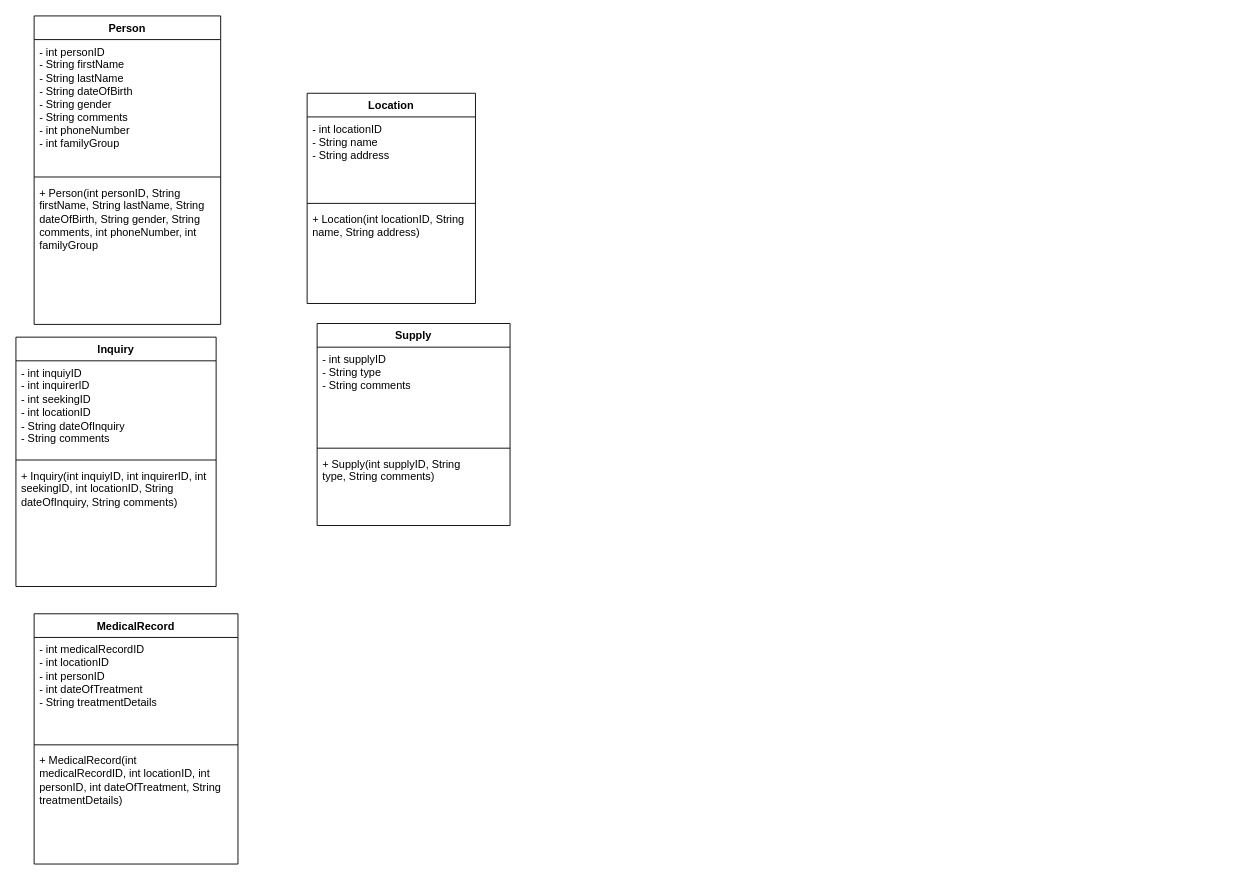
Earlier version of the draw.io diagram Untitled Diagram.drawio (aditi-j25/Disaster_Relief_Management_System). Source tidied: cells renumbered, new cells numbered last; positions are measured from the earlier drawing's top-left corner, leaving out a move shared by most shapes. Both pictures are drawn from the tidied source at 91%, with x=0, y=0 at pixel (15, 15).
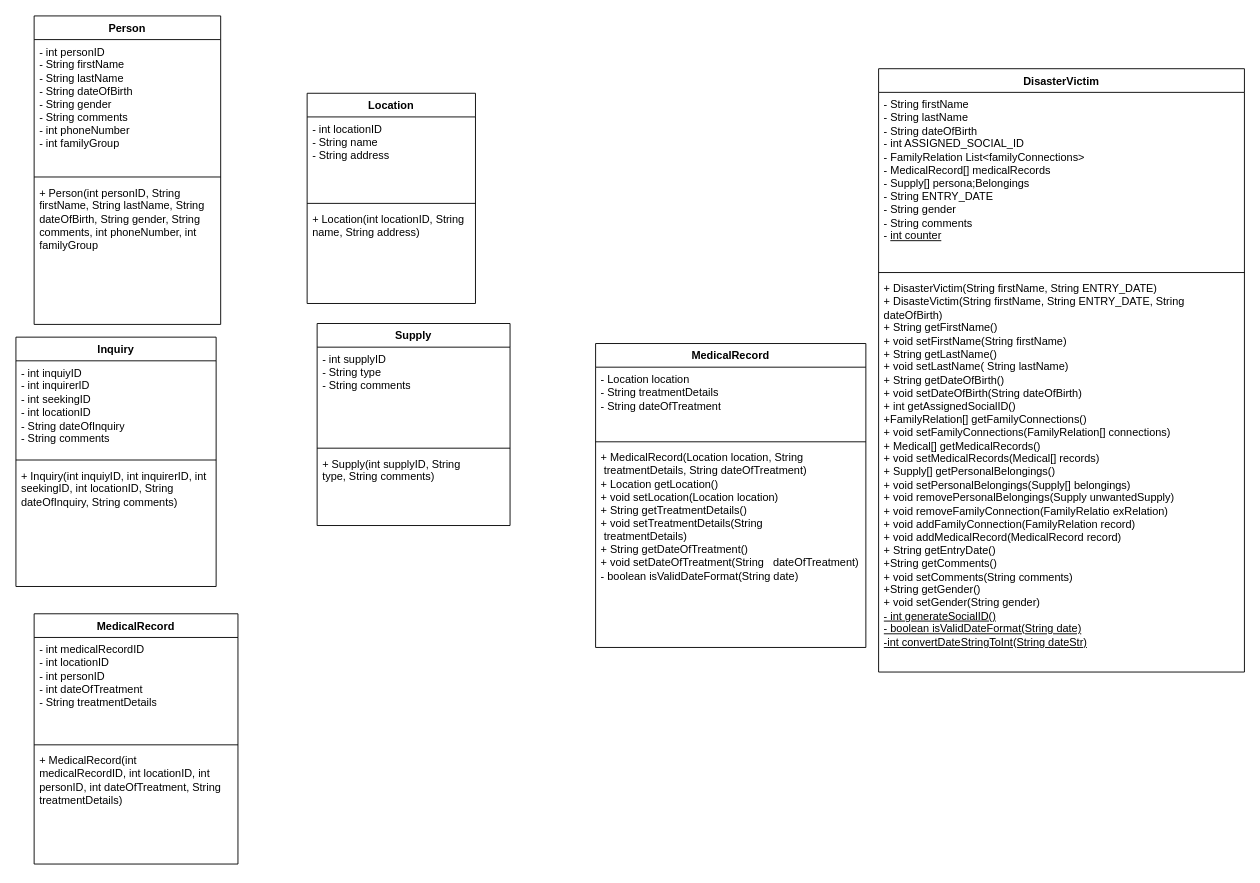
The same diagram, later.

The edit, as a diff of the source:
```diff
@@
+    <mxCell id="22" value="MedicalRecord" style="swimlane;fontStyle=1;align=center;verticalAlign=top;horizontal=1;startSize=26;whiteSpace=wrap;html=1;" parent="1" vertex="1">
+      <mxGeometry x="637" y="360" width="297" height="334" as="geometry" />
+    </mxCell>
+    <mxCell id="23" value="- Location location&amp;nbsp;&lt;div&gt;- String treatmentDetails&lt;/div&gt;&lt;div&gt;- String dateOfTreatment&lt;/div&gt;" style="text;strokeColor=none;fillColor=none;align=left;verticalAlign=top;spacingLeft=4;spacingRight=4;overflow=hidden;whiteSpace=wrap;html=1;" parent="22" vertex="1">
+      <mxGeometry y="26" width="297" height="78" as="geometry" />
+    </mxCell>
+    <mxCell id="24" style="line;strokeWidth=1;fillColor=none;align=left;verticalAlign=middle;spacingTop=-1;spacingLeft=3;spacingRight=3;labelPosition=right;strokeColor=inherit;" parent="22" vertex="1">
+      <mxGeometry y="104" width="297" height="8" as="geometry" />
+    </mxCell>
+    <mxCell id="25" value="+ MedicalRecord(Location location,&amp;nbsp;&lt;span style=&quot;background-color: transparent; color: light-dark(rgb(0, 0, 0), rgb(255, 255, 255));&quot;&gt;String&amp;nbsp; &amp;nbsp; &amp;nbsp;treatmentDetails,&amp;nbsp;&lt;/span&gt;&lt;span style=&quot;background-color: transparent; color: light-dark(rgb(0, 0, 0), rgb(255, 255, 255));&quot;&gt;String dateOfTreatment)&lt;/span&gt;&lt;div&gt;&lt;span style=&quot;background-color: transparent; color: light-dark(rgb(0, 0, 0), rgb(255, 255, 255));&quot;&gt;+ Location getLocation()&lt;/span&gt;&lt;/div&gt;&lt;div&gt;&lt;span style=&quot;background-color: transparent; color: light-dark(rgb(0, 0, 0), rgb(255, 255, 255));&quot;&gt;+ void setLocation(Location location)&lt;/span&gt;&lt;/div&gt;&lt;div&gt;&lt;span style=&quot;background-color: transparent; color: light-dark(rgb(0, 0, 0), rgb(255, 255, 255));&quot;&gt;+ String getT&lt;/span&gt;&lt;span style=&quot;background-color: transparent; color: light-dark(rgb(0, 0, 0), rgb(255, 255, 255));&quot;&gt;reatmentDetails()&lt;/span&gt;&lt;/div&gt;&lt;div&gt;&lt;span style=&quot;background-color: transparent; color: light-dark(rgb(0, 0, 0), rgb(255, 255, 255));&quot;&gt;+&amp;nbsp;&lt;/span&gt;&lt;span style=&quot;background-color: transparent; color: light-dark(rgb(0, 0, 0), rgb(255, 255, 255));&quot;&gt;void setT&lt;/span&gt;&lt;span style=&quot;background-color: transparent; color: light-dark(rgb(0, 0, 0), rgb(255, 255, 255));&quot;&gt;reatmentDetails(&lt;/span&gt;&lt;span style=&quot;background-color: transparent; color: light-dark(rgb(0, 0, 0), rgb(255, 255, 255));&quot;&gt;String&amp;nbsp; &amp;nbsp; &amp;nbsp; &amp;nbsp; &amp;nbsp;treatmentDetails)&lt;/span&gt;&lt;/div&gt;&lt;div&gt;&lt;span style=&quot;background-color: transparent; color: light-dark(rgb(0, 0, 0), rgb(255, 255, 255));&quot;&gt;+&lt;/span&gt;&lt;span style=&quot;background-color: transparent; color: light-dark(rgb(0, 0, 0), rgb(255, 255, 255));&quot;&gt;&amp;nbsp;String getDateOfTreatment()&lt;/span&gt;&lt;/div&gt;&lt;div&gt;&lt;span style=&quot;background-color: transparent; color: light-dark(rgb(0, 0, 0), rgb(255, 255, 255));&quot;&gt;+ void setD&lt;/span&gt;&lt;span style=&quot;background-color: transparent; color: light-dark(rgb(0, 0, 0), rgb(255, 255, 255));&quot;&gt;ateOfTreatment(&lt;/span&gt;&lt;span style=&quot;background-color: transparent; color: light-dark(rgb(0, 0, 0), rgb(255, 255, 255));&quot;&gt;String&amp;nbsp; &amp;nbsp;dateOfTreatment)&lt;/span&gt;&lt;/div&gt;&lt;div&gt;&lt;span style=&quot;background-color: transparent; color: light-dark(rgb(0, 0, 0), rgb(255, 255, 255));&quot;&gt;- boolean isValidDateFormat(String date)&lt;/span&gt;&lt;/div&gt;" style="text;strokeColor=none;fillColor=none;align=left;verticalAlign=top;spacingLeft=4;spacingRight=4;overflow=hidden;whiteSpace=wrap;html=1;" parent="22" vertex="1">
+      <mxGeometry y="112" width="297" height="222" as="geometry" />
+    </mxCell>
+    <mxCell id="26" value="DisasterVictim" style="swimlane;fontStyle=1;align=center;verticalAlign=top;horizontal=1;startSize=26;whiteSpace=wrap;html=1;" parent="1" vertex="1">
+      <mxGeometry x="948" y="58" width="402" height="663" as="geometry" />
+    </mxCell>
+    <mxCell id="27" value="- String firstName&lt;div&gt;- String lastName&amp;nbsp;&lt;/div&gt;&lt;div&gt;- String dateOfBirth&amp;nbsp;&lt;/div&gt;&lt;div&gt;- int ASSIGNED_SOCIAL_ID&lt;/div&gt;&lt;div&gt;- FamilyRelation List&amp;lt;familyConnections&amp;gt;&lt;/div&gt;&lt;div&gt;- MedicalRecord[] medicalRecords&lt;/div&gt;&lt;div&gt;- Supply[] persona;Belongings&lt;/div&gt;&lt;div&gt;- String ENTRY_DATE&lt;/div&gt;&lt;div&gt;- String gender&lt;/div&gt;&lt;div&gt;- String comments&lt;/div&gt;&lt;div&gt;- &lt;u&gt;int counter&lt;/u&gt;&lt;/div&gt;" style="text;strokeColor=none;fillColor=none;align=left;verticalAlign=top;spacingLeft=4;spacingRight=4;overflow=hidden;whiteSpace=wrap;html=1;" parent="26" vertex="1">
+      <mxGeometry y="26" width="402" height="194" as="geometry" />
+    </mxCell>
+    <mxCell id="28" style="line;strokeWidth=1;fillColor=none;align=left;verticalAlign=middle;spacingTop=-1;spacingLeft=3;spacingRight=3;labelPosition=right;strokeColor=inherit;" parent="26" vertex="1">
+      <mxGeometry y="220" width="402" height="8" as="geometry" />
+    </mxCell>
+    <mxCell id="29" value="+ DisasterVictim(String firstName, String ENTRY_DATE)&lt;div&gt;+ DisasteVictim(String firstName, String ENTRY_DATE, String dateOfBirth)&lt;/div&gt;&lt;div&gt;+ String getFirstName()&lt;/div&gt;&lt;div&gt;+ void setFirstName(&lt;span style=&quot;background-color: transparent; color: light-dark(rgb(0, 0, 0), rgb(255, 255, 255));&quot;&gt;String firstName&lt;/span&gt;&lt;span style=&quot;background-color: transparent; color: light-dark(rgb(0, 0, 0), rgb(255, 255, 255));&quot;&gt;)&lt;/span&gt;&lt;/div&gt;&lt;div&gt;&lt;span style=&quot;background-color: transparent; color: light-dark(rgb(0, 0, 0), rgb(255, 255, 255));&quot;&gt;+&amp;nbsp;&lt;/span&gt;&lt;span style=&quot;background-color: transparent; color: light-dark(rgb(0, 0, 0), rgb(255, 255, 255));&quot;&gt;String getLastName()&lt;/span&gt;&lt;/div&gt;&lt;div&gt;&lt;span style=&quot;background-color: transparent; color: light-dark(rgb(0, 0, 0), rgb(255, 255, 255));&quot;&gt;+ void s&lt;/span&gt;&lt;span style=&quot;background-color: transparent; color: light-dark(rgb(0, 0, 0), rgb(255, 255, 255));&quot;&gt;etLastName( String lastName)&lt;/span&gt;&lt;/div&gt;&lt;div&gt;&lt;span style=&quot;background-color: transparent; color: light-dark(rgb(0, 0, 0), rgb(255, 255, 255));&quot;&gt;+&amp;nbsp;&lt;/span&gt;&lt;span style=&quot;background-color: transparent; color: light-dark(rgb(0, 0, 0), rgb(255, 255, 255));&quot;&gt;String getDateOfBirth()&lt;/span&gt;&lt;/div&gt;&lt;div&gt;&lt;span style=&quot;background-color: transparent; color: light-dark(rgb(0, 0, 0), rgb(255, 255, 255));&quot;&gt;+ void setD&lt;/span&gt;&lt;span style=&quot;background-color: transparent; color: light-dark(rgb(0, 0, 0), rgb(255, 255, 255));&quot;&gt;ateOfBirth(&lt;/span&gt;&lt;span style=&quot;background-color: transparent; color: light-dark(rgb(0, 0, 0), rgb(255, 255, 255));&quot;&gt;String dateOfBirth)&lt;/span&gt;&lt;/div&gt;&lt;div&gt;&lt;span style=&quot;background-color: transparent; color: light-dark(rgb(0, 0, 0), rgb(255, 255, 255));&quot;&gt;+ int getAssignedSocialID()&lt;/span&gt;&lt;/div&gt;&lt;div&gt;&lt;span style=&quot;background-color: transparent; color: light-dark(rgb(0, 0, 0), rgb(255, 255, 255));&quot;&gt;+FamilyRelation[] getFamilyConnections()&lt;/span&gt;&lt;/div&gt;&lt;div&gt;&lt;span style=&quot;background-color: transparent; color: light-dark(rgb(0, 0, 0), rgb(255, 255, 255));&quot;&gt;+ void s&lt;/span&gt;&lt;span style=&quot;background-color: transparent; color: light-dark(rgb(0, 0, 0), rgb(255, 255, 255));&quot;&gt;etFamilyConnections(&lt;/span&gt;&lt;span style=&quot;background-color: transparent; color: light-dark(rgb(0, 0, 0), rgb(255, 255, 255));&quot;&gt;FamilyRelation[] connections&lt;/span&gt;&lt;span style=&quot;background-color: transparent; color: light-dark(rgb(0, 0, 0), rgb(255, 255, 255));&quot;&gt;)&lt;/span&gt;&lt;/div&gt;&lt;div&gt;&lt;span style=&quot;background-color: transparent; color: light-dark(rgb(0, 0, 0), rgb(255, 255, 255));&quot;&gt;+ Medical[] getMedicalRecords()&lt;/span&gt;&lt;/div&gt;&lt;div&gt;&lt;span style=&quot;background-color: transparent; color: light-dark(rgb(0, 0, 0), rgb(255, 255, 255));&quot;&gt;+ void s&lt;/span&gt;&lt;span style=&quot;background-color: transparent; color: light-dark(rgb(0, 0, 0), rgb(255, 255, 255));&quot;&gt;etMedicalRecords(&lt;/span&gt;&lt;span style=&quot;background-color: transparent; color: light-dark(rgb(0, 0, 0), rgb(255, 255, 255));&quot;&gt;Medical[] records&lt;/span&gt;&lt;span style=&quot;background-color: transparent; color: light-dark(rgb(0, 0, 0), rgb(255, 255, 255));&quot;&gt;)&lt;/span&gt;&lt;/div&gt;&lt;div&gt;&lt;span style=&quot;background-color: transparent; color: light-dark(rgb(0, 0, 0), rgb(255, 255, 255));&quot;&gt;+ Supply[] getPersonalBelongings()&lt;/span&gt;&lt;/div&gt;&lt;div&gt;+ void s&lt;span style=&quot;background-color: transparent; color: light-dark(rgb(0, 0, 0), rgb(255, 255, 255));&quot;&gt;etPersonalBelongings(&lt;/span&gt;&lt;span style=&quot;background-color: transparent; color: light-dark(rgb(0, 0, 0), rgb(255, 255, 255));&quot;&gt;Supply[] belongings&lt;/span&gt;&lt;span style=&quot;background-color: transparent; color: light-dark(rgb(0, 0, 0), rgb(255, 255, 255));&quot;&gt;)&lt;/span&gt;&lt;/div&gt;&lt;div&gt;&lt;span style=&quot;background-color: transparent; color: light-dark(rgb(0, 0, 0), rgb(255, 255, 255));&quot;&gt;+ void remove&lt;/span&gt;&lt;span style=&quot;background-color: transparent; color: light-dark(rgb(0, 0, 0), rgb(255, 255, 255));&quot;&gt;PersonalBelongings(Supply unwantedSupply)&lt;/span&gt;&lt;/div&gt;&lt;div&gt;&lt;span style=&quot;background-color: transparent; color: light-dark(rgb(0, 0, 0), rgb(255, 255, 255));&quot;&gt;+ void removeFamilyConnection(FamilyRelatio exRelation)&lt;/span&gt;&lt;/div&gt;&lt;div&gt;&lt;span style=&quot;background-color: transparent; color: light-dark(rgb(0, 0, 0), rgb(255, 255, 255));&quot;&gt;+ void addFamilyConnection(FamilyRelation record)&lt;/span&gt;&lt;/div&gt;&lt;div&gt;&lt;span style=&quot;background-color: transparent; color: light-dark(rgb(0, 0, 0), rgb(255, 255, 255));&quot;&gt;+ void addMedicalRecord(MedicalRecord record)&lt;/span&gt;&lt;/div&gt;&lt;div&gt;&lt;span style=&quot;background-color: transparent; color: light-dark(rgb(0, 0, 0), rgb(255, 255, 255));&quot;&gt;+ String getEntryDate()&lt;/span&gt;&lt;/div&gt;&lt;div&gt;&lt;span style=&quot;background-color: transparent; color: light-dark(rgb(0, 0, 0), rgb(255, 255, 255));&quot;&gt;+String getComments()&lt;/span&gt;&lt;/div&gt;&lt;div&gt;&lt;span style=&quot;background-color: transparent; color: light-dark(rgb(0, 0, 0), rgb(255, 255, 255));&quot;&gt;+ void setComments(String comments)&lt;/span&gt;&lt;/div&gt;&lt;div&gt;&lt;span style=&quot;background-color: transparent; color: light-dark(rgb(0, 0, 0), rgb(255, 255, 255));&quot;&gt;+String getGender()&lt;/span&gt;&lt;/div&gt;&lt;div&gt;&lt;span style=&quot;background-color: transparent; color: light-dark(rgb(0, 0, 0), rgb(255, 255, 255));&quot;&gt;+ void setGender(String gender)&lt;/span&gt;&lt;/div&gt;&lt;div&gt;&lt;u&gt;- int generateSocialID()&lt;/u&gt;&lt;/div&gt;&lt;div&gt;&lt;u&gt;- boolean isValidDateFormat(String date)&lt;/u&gt;&lt;/div&gt;&lt;div&gt;&lt;u&gt;-int convertDateStringToInt(String dateStr)&lt;/u&gt;&lt;/div&gt;&lt;div&gt;&lt;span style=&quot;background-color: transparent; color: light-dark(rgb(0, 0, 0), rgb(255, 255, 255));&quot;&gt;&lt;br&gt;&lt;/span&gt;&lt;/div&gt;" style="text;strokeColor=none;fillColor=none;align=left;verticalAlign=top;spacingLeft=4;spacingRight=4;overflow=hidden;whiteSpace=wrap;html=1;" parent="26" vertex="1">
+      <mxGeometry y="228" width="402" height="435" as="geometry" />
+    </mxCell>
```
